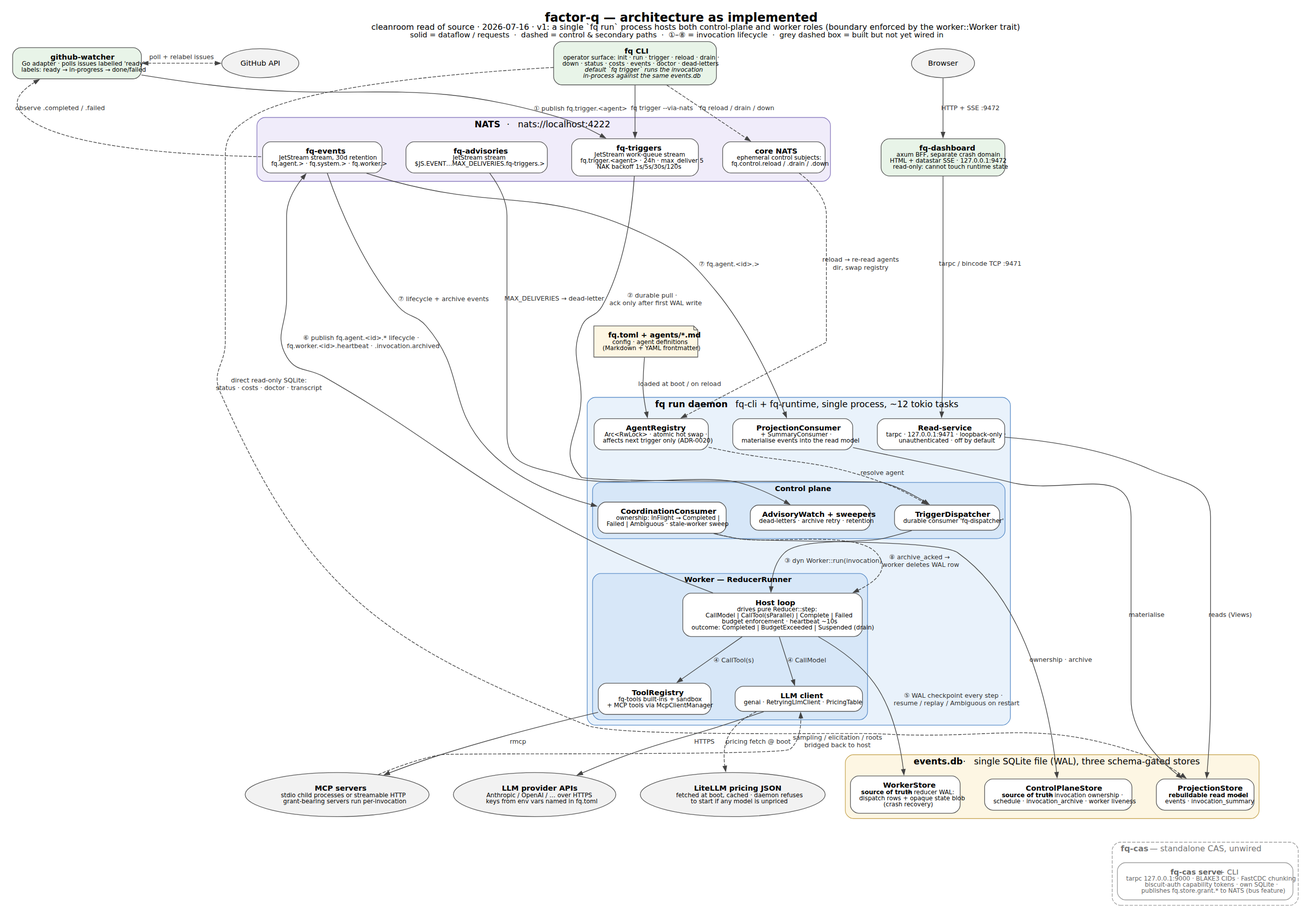
Before: docs/design/committed/architecture-diagram.png, a diagram exported from Graphviz (bricef/factor-q). Its source is kept beside it as docs/design/committed/architecture-diagram.dot.
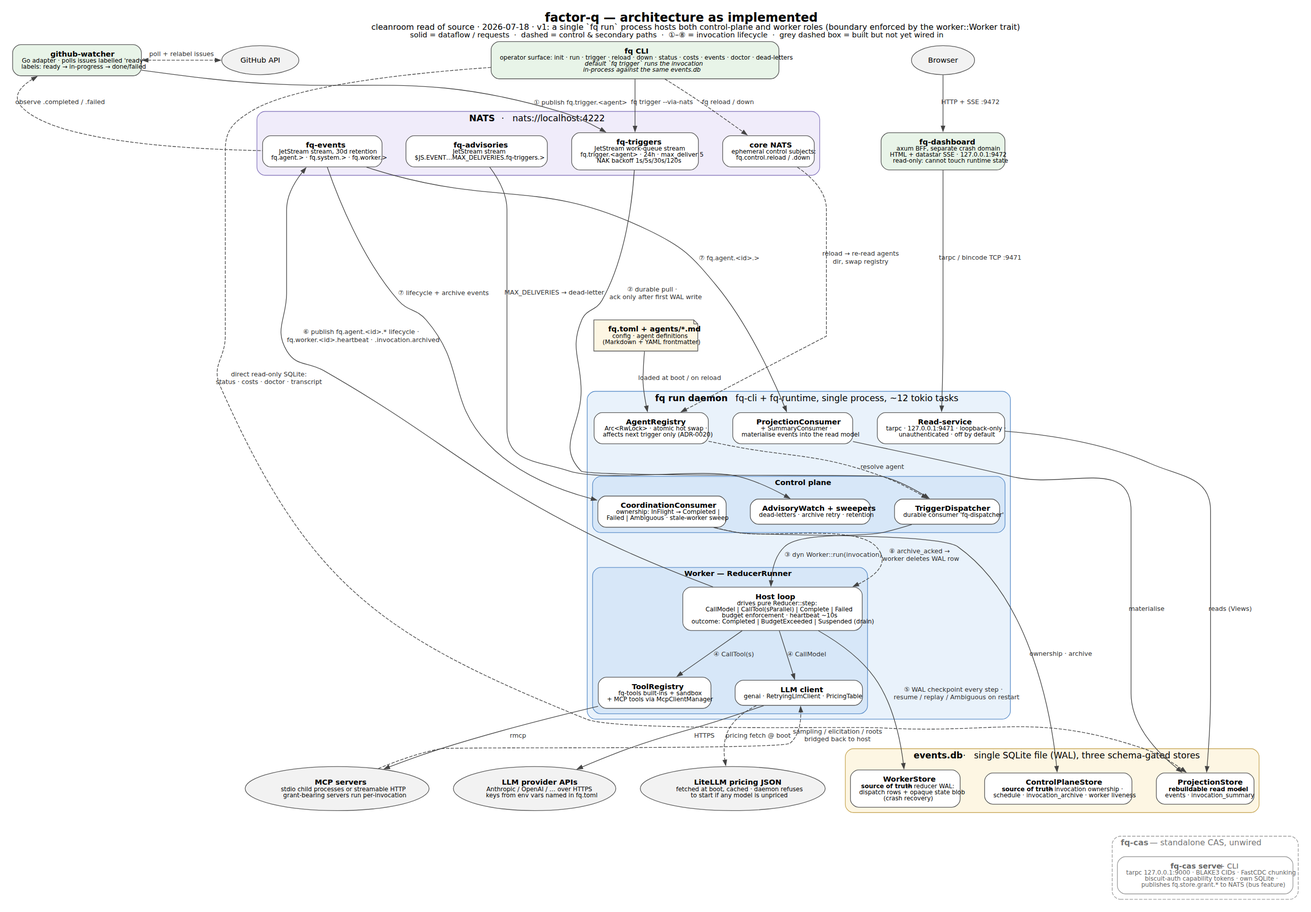
Above is the later version.

The edit, as a diff of the source:
```diff
@@ -1,5 +1,5 @@
 digraph factorq {
-  label=<<b>factor-q — architecture as implemented</b><br/><font point-size="12">cleanroom read of source · 2026-07-16 · v1: a single `fq run` process hosts both control-plane and worker roles (boundary enforced by the worker::Worker trait)</font><br/><font point-size="11">solid = dataflow / requests&#160;&#160;·&#160;&#160;dashed = control &amp; secondary paths&#160;&#160;·&#160;&#160;①–⑧ = invocation lifecycle&#160;&#160;·&#160;&#160;grey dashed box = built but not yet wired in</font>>;
+  label=<<b>factor-q — architecture as implemented</b><br/><font point-size="12">cleanroom read of source · 2026-07-18 · v1: a single `fq run` process hosts both control-plane and worker roles (boundary enforced by the worker::Worker trait)</font><br/><font point-size="11">solid = dataflow / requests&#160;&#160;·&#160;&#160;dashed = control &amp; secondary paths&#160;&#160;·&#160;&#160;①–⑧ = invocation lifecycle&#160;&#160;·&#160;&#160;grey dashed box = built but not yet wired in</font>>;
   labelloc=t;
   fontname="Helvetica";
   fontsize=18;
@@ -15,7 +15,7 @@
   /* ── Top row: operator & trigger surfaces ────────── */
   github [label="GitHub API", shape=ellipse, fillcolor="#f2f2f2"];
   ghwatcher [label=<<b>github-watcher</b><br/><font point-size="9">Go adapter · polls issues labelled 'ready'<br/>labels: ready → in-progress → done/failed</font>>, fillcolor="#e8f4e8"];
-  fqcli [label=<<b>fq CLI</b><br/><font point-size="9">operator surface: init · run · trigger · reload · drain ·<br/>down · status · costs · events · doctor · dead-letters<br/><i>default `fq trigger` runs the invocation<br/>in-process against the same events.db</i></font>>, fillcolor="#e8f4e8"];
+  fqcli [label=<<b>fq CLI</b><br/><font point-size="9">operator surface: init · run · trigger · reload · down · status · costs · events · doctor · dead-letters<br/><i>default `fq trigger` runs the invocation<br/>in-process against the same events.db</i></font>>, fillcolor="#e8f4e8"];
   config [label=<<b>fq.toml + agents/*.md</b><br/><font point-size="9">config · agent definitions<br/>(Markdown + YAML frontmatter)</font>>, shape=note, fillcolor="#fdf6e3"];
   browser [label="Browser", shape=ellipse, fillcolor="#f2f2f2"];
 
@@ -26,7 +26,7 @@
     label=<<b>NATS</b>&#160;&#160;&#160;·&#160;&#160;&#160;nats://localhost:4222>;
     fontname="Helvetica"; fontsize=13;
     style="rounded,filled"; fillcolor="#f0ecfa"; color="#8a7bbf";
-    nats_control [label=<<b>core NATS</b><br/><font point-size="9">ephemeral control subjects:<br/>fq.control.reload / .drain / .down</font>>];
+    nats_control [label=<<b>core NATS</b><br/><font point-size="9">ephemeral control subjects:<br/>fq.control.reload / .down</font>>];
     nats_triggers [label=<<b>fq-triggers</b><br/><font point-size="9">JetStream work-queue stream<br/>fq.trigger.&lt;agent&gt; · 24h · max_deliver 5<br/>NAK backoff 1s/5s/30s/120s</font>>];
     nats_events [label=<<b>fq-events</b><br/><font point-size="9">JetStream stream, 30d retention<br/>fq.agent.&gt; · fq.system.&gt; · fq.worker.&gt;</font>>];
     nats_advisories [label=<<b>fq-advisories</b><br/><font point-size="9">JetStream stream<br/>$JS.EVENT…MAX_DELIVERIES.fq-triggers.&gt;</font>>];
@@ -88,7 +88,7 @@
   ghwatcher -> nats_triggers [label=<① publish fq.trigger.&lt;agent&gt;>];
   ghwatcher -> nats_events [dir=back, label="observe .completed / .failed", style=dashed];
   fqcli -> nats_triggers [label="fq trigger --via-nats"];
-  fqcli -> nats_control [label="fq reload / drain / down", style=dashed];
+  fqcli -> nats_control [label="fq reload / down", style=dashed];
   nats_control -> registry [label="reload → re-read agents\ndir, swap registry", style=dashed];
   config -> registry [label="loaded at boot / on reload"];
 
```
